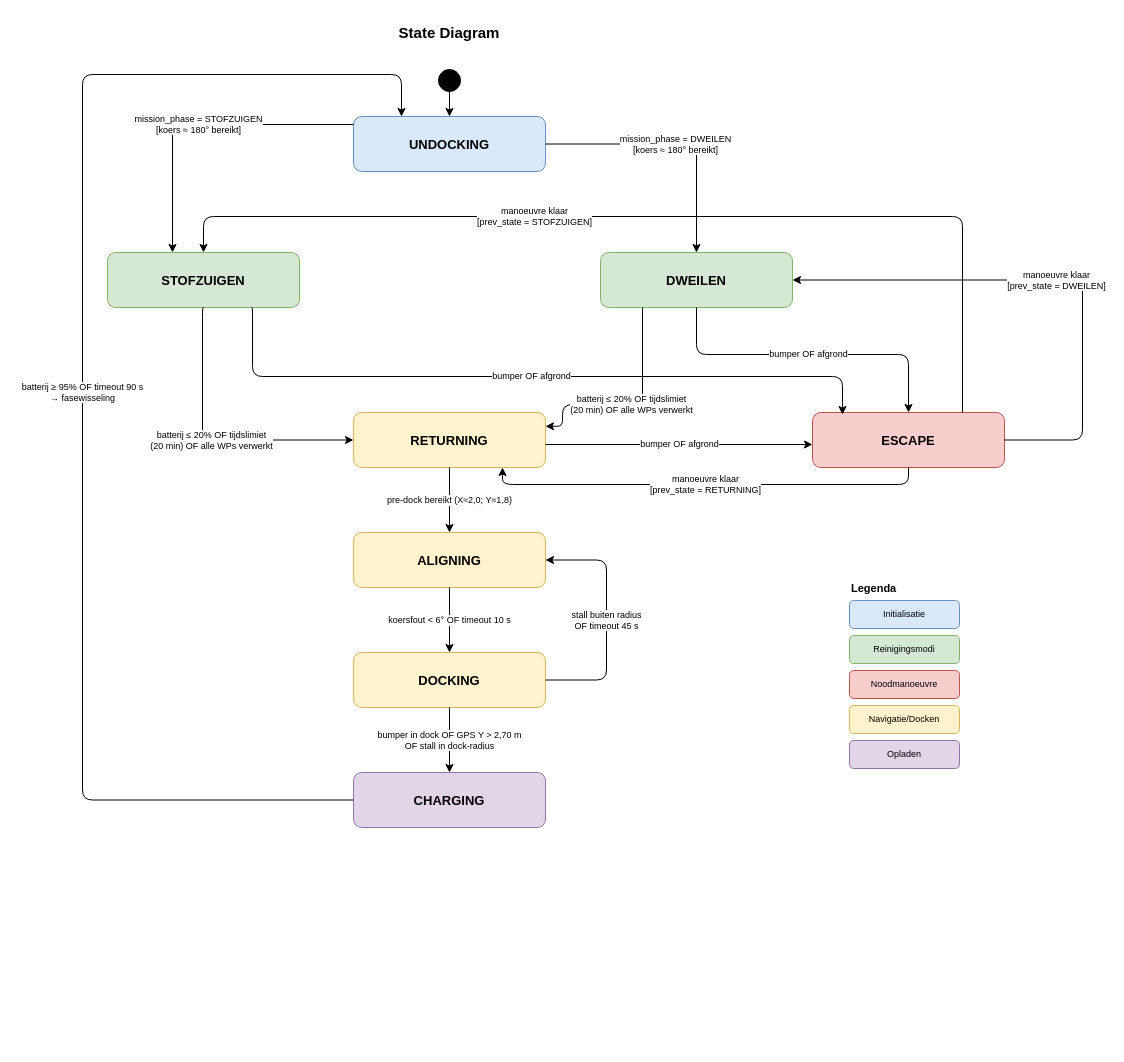
This is docs/diagrams/draw.io/state_diagram.drawio from DenGian/roomba-webots-digital-twin, a draw.io file, before an edit. Source tidied: cells renumbered, new cells numbered last; positions are measured from the earlier drawing's top-left corner, leaving out a move shared by most shapes. Both pictures are drawn from the tidied source at 100%, with x=0, y=0 at pixel (82, 17).
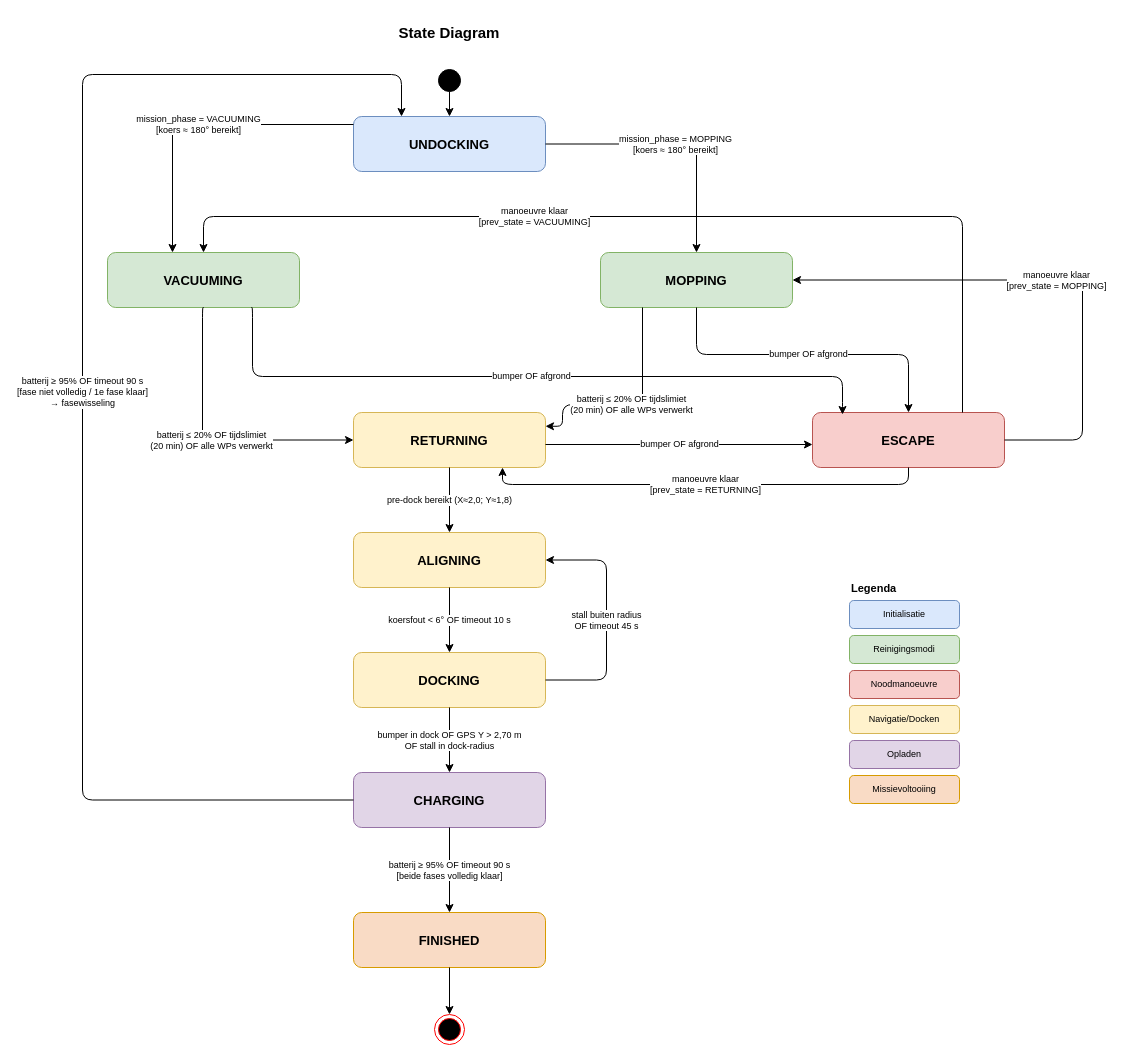
The same page after the edit.

Unchanged cells that the change refers to:
```xml
<mxCell id="4" value="UNDOCKING" style="rounded=1;whiteSpace=wrap;html=1;fillColor=#dae8fc;strokeColor=#6c8ebf;fontStyle=1;fontSize=13;" parent="1" vertex="1">
  <mxGeometry x="271" y="99" width="192" height="55" as="geometry" />
</mxCell>
<mxCell id="7" value="ESCAPE" style="rounded=1;whiteSpace=wrap;html=1;fillColor=#f8cecc;strokeColor=#b85450;fontStyle=1;fontSize=13;" parent="1" vertex="1">
  <mxGeometry x="730" y="395" width="192" height="55" as="geometry" />
</mxCell>
<mxCell id="11" value="CHARGING" style="rounded=1;whiteSpace=wrap;html=1;fillColor=#e1d5e7;strokeColor=#9673a6;fontStyle=1;fontSize=13;" parent="1" vertex="1">
  <mxGeometry x="271" y="755" width="192" height="55" as="geometry" />
</mxCell>
```

The edit, as a diff of the source:
```diff
@@
-    <mxCell id="5" value="STOFZUIGEN" style="rounded=1;whiteSpace=wrap;html=1;fillColor=#d5e8d4;strokeColor=#82b366;fontStyle=1;fontSize=13;" parent="1" vertex="1">
+    <mxCell id="5" value="VACUUMING" style="rounded=1;whiteSpace=wrap;html=1;fillColor=#d5e8d4;strokeColor=#82b366;fontStyle=1;fontSize=13;" parent="1" vertex="1">
       <mxGeometry x="25" y="235" width="192" height="55" as="geometry" />
     </mxCell>
-    <mxCell id="6" value="DWEILEN" style="rounded=1;whiteSpace=wrap;html=1;fillColor=#d5e8d4;strokeColor=#82b366;fontStyle=1;fontSize=13;" parent="1" vertex="1">
+    <mxCell id="6" value="MOPPING" style="rounded=1;whiteSpace=wrap;html=1;fillColor=#d5e8d4;strokeColor=#82b366;fontStyle=1;fontSize=13;" parent="1" vertex="1">
       <mxGeometry x="518" y="235" width="192" height="55" as="geometry" />
     </mxCell>
@@
-    <mxCell id="13" value="mission_phase = STOFZUIGEN&#10;[koers ≈ 180° bereikt]" style="edgeStyle=orthogonalEdgeStyle;html=1;fontSize=9;align=center;" parent="1" edge="1" source="4" target="5">
+    <mxCell id="13" value="mission_phase = VACUUMING&#10;[koers ≈ 180° bereikt]" style="edgeStyle=orthogonalEdgeStyle;html=1;fontSize=9;align=center;" parent="1" edge="1" source="4" target="5">
       <mxGeometry relative="1" as="geometry">
         <Array as="points">
           <mxPoint x="90" y="107" />
         </Array>
       </mxGeometry>
     </mxCell>
-    <mxCell id="14" value="mission_phase = DWEILEN&#10;[koers ≈ 180° bereikt]" style="edgeStyle=orthogonalEdgeStyle;html=1;fontSize=9;align=center;" parent="1" edge="1" source="4" target="6">
+    <mxCell id="14" value="mission_phase = MOPPING&#10;[koers ≈ 180° bereikt]" style="edgeStyle=orthogonalEdgeStyle;html=1;fontSize=9;align=center;" parent="1" edge="1" source="4" target="6">
       <mxGeometry relative="1" as="geometry" />
     </mxCell>
@@
-    <mxCell id="20" value="manoeuvre klaar&#10;[prev_state = STOFZUIGEN]" style="edgeStyle=orthogonalEdgeStyle;html=1;fontSize=9;align=center;entryX=0.5;entryY=0;entryPerimeter=0;" parent="1" edge="1" target="5">
+    <mxCell id="20" value="manoeuvre klaar&#10;[prev_state = VACUUMING]" style="edgeStyle=orthogonalEdgeStyle;html=1;fontSize=9;align=center;entryX=0.5;entryY=0;entryPerimeter=0;" parent="1" edge="1" target="5">
       <mxGeometry x="0.26" relative="1" as="geometry">
         <mxPoint x="880" y="395" as="sourcePoint" />
         <Array as="points">
           <mxPoint x="880" y="395" />
           <mxPoint x="880" y="199" />
           <mxPoint x="121" y="199" />
         </Array>
       </mxGeometry>
     </mxCell>
-    <mxCell id="21" value="manoeuvre klaar&#10;[prev_state = DWEILEN]" style="edgeStyle=orthogonalEdgeStyle;html=1;fontSize=9;align=center;exitX=1;exitY=0.5;exitPerimeter=0;entryX=1;entryY=0.5;entryPerimeter=0;" parent="1" edge="1" source="7" target="6">
+    <mxCell id="21" value="manoeuvre klaar&#10;[prev_state = MOPPING]" style="edgeStyle=orthogonalEdgeStyle;html=1;fontSize=9;align=center;exitX=1;exitY=0.5;exitPerimeter=0;entryX=1;entryY=0.5;entryPerimeter=0;" parent="1" edge="1" source="7" target="6">
       <mxGeometry relative="1" as="geometry">
         <Array as="points">
           <mxPoint x="1000" y="423" />
           <mxPoint x="1000" y="263" />
         </Array>
       </mxGeometry>
     </mxCell>
@@
-    <mxCell id="27" value="batterij ≥ 95% OF timeout 90 s&#10;→ fasewisseling" style="edgeStyle=orthogonalEdgeStyle;html=1;fontSize=9;align=center;exitX=0;exitY=0.5;exitPerimeter=0;entryX=0.25;entryY=0;entryDx=0;entryDy=0;" parent="1" edge="1" source="11" target="4">
+    <mxCell id="27" value="batterij ≥ 95% OF timeout 90 s&#10;[fase niet volledig / 1e fase klaar]&#10;→ fasewisseling" style="edgeStyle=orthogonalEdgeStyle;html=1;fontSize=9;align=center;exitX=0;exitY=0.5;exitPerimeter=0;entryX=0.25;entryY=0;entryDx=0;entryDy=0;" parent="1" edge="1" source="11" target="4">
       <mxGeometry relative="1" as="geometry">
         <Array as="points">
           <mxPoint y="783" />
           <mxPoint y="57" />
           <mxPoint x="319" y="57" />
         </Array>
       </mxGeometry>
     </mxCell>
+    <mxCell id="34" value="FINISHED" style="rounded=1;whiteSpace=wrap;html=1;fillColor=#f9dbc5;strokeColor=#d79b00;fontStyle=1;fontSize=13;" parent="1" vertex="1">
+      <mxGeometry x="271" y="895" width="192" height="55" as="geometry" />
+    </mxCell>
+    <mxCell id="35" value="batterij ≥ 95% OF timeout 90 s&#10;[beide fases volledig klaar]" style="edgeStyle=orthogonalEdgeStyle;html=1;fontSize=9;align=center;" parent="1" edge="1" source="11" target="34">
+      <mxGeometry relative="1" as="geometry" />
+    </mxCell>
+    <mxCell id="36" style="ellipse;html=1;shape=endState;fillColor=#000000;strokeColor=#ff0000;" parent="1" vertex="1">
+      <mxGeometry x="352" y="997" width="30" height="30" as="geometry" />
+    </mxCell>
+    <mxCell id="37" style="edgeStyle=orthogonalEdgeStyle;html=1;" parent="1" edge="1" source="34" target="36">
+      <mxGeometry relative="1" as="geometry" />
+    </mxCell>
+    <mxCell id="38" value="Missievoltooiing" style="rounded=1;whiteSpace=wrap;html=1;fillColor=#f9dbc5;strokeColor=#d79b00;fontSize=9;" parent="1" vertex="1">
+      <mxGeometry x="767" y="758" width="110" height="28" as="geometry" />
+    </mxCell>
```
